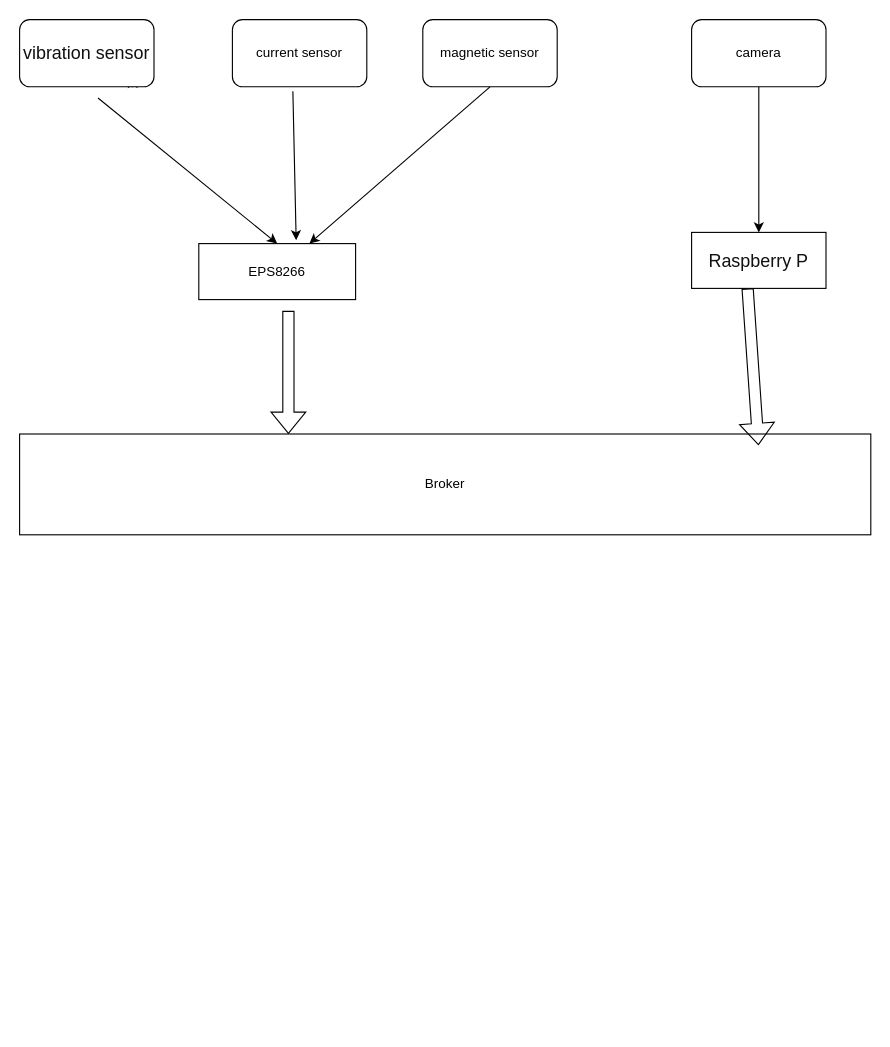
Earlier version of the draw.io diagram test2.drawio (XingxingLiao/TEST). Source tidied: cells renumbered, new cells numbered last; positions are measured from the earlier drawing's top-left corner, leaving out a move shared by most shapes. Both pictures are drawn from the tidied source at 112%, with x=0, y=0 at pixel (19, 19).
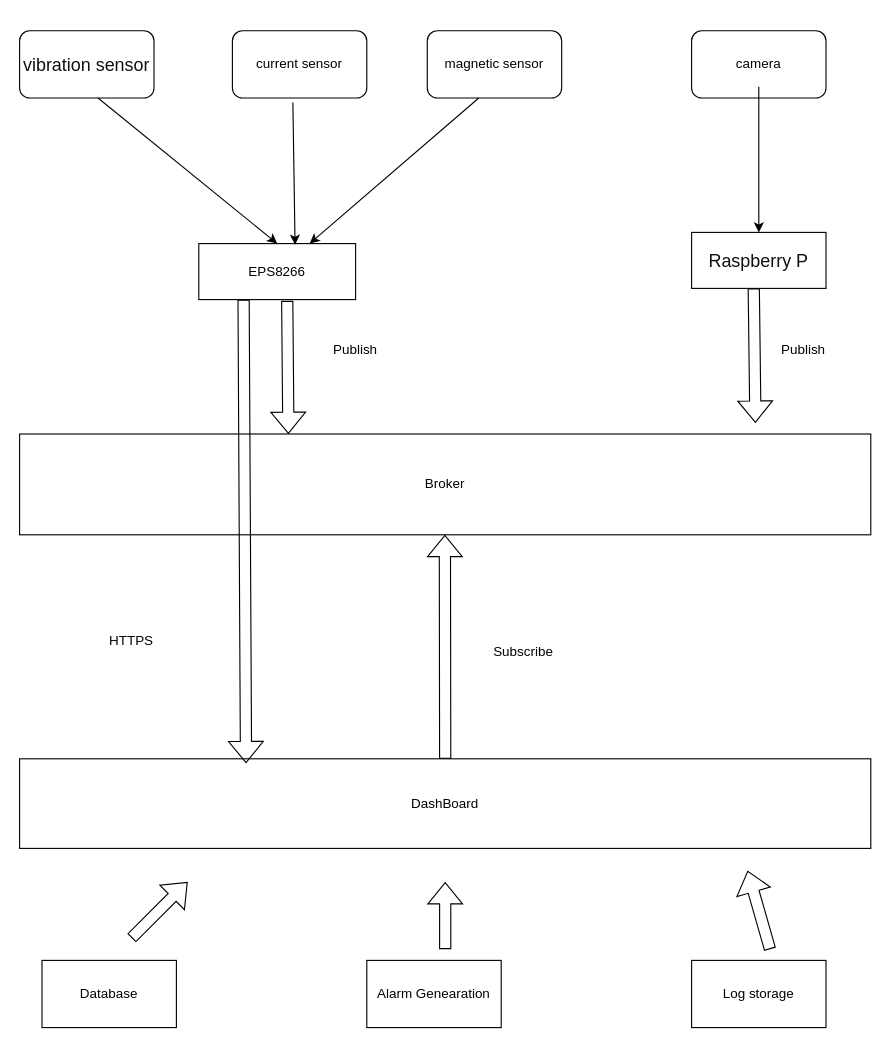
The same diagram, later.

The change refers to these unchanged cells:
```xml
<mxCell id="2" value="EPS8266" style="rounded=0;whiteSpace=wrap;html=1;" parent="1" vertex="1">
  <mxGeometry x="160" y="200" width="140" height="50" as="geometry" />
</mxCell>
<mxCell id="13" value="Broker" style="rounded=0;whiteSpace=wrap;html=1;" parent="1" vertex="1">
  <mxGeometry y="370" width="760" height="90" as="geometry" />
</mxCell>
```

Change to the diagram source:
```diff
@@
     <mxCell id="5" value="&lt;font face=&quot;Arial&quot; color=&quot;#0f1111&quot;&gt;&lt;span style=&quot;font-size: 16px; background-color: rgb(255, 255, 255);&quot;&gt;vibration sensor&lt;/span&gt;&lt;/font&gt;" style="rounded=1;whiteSpace=wrap;html=1;" parent="1" vertex="1">
-      <mxGeometry width="120" height="60" as="geometry" />
+      <mxGeometry y="10" width="120" height="60" as="geometry" />
     </mxCell>
     <mxCell id="6" value="current sensor" style="rounded=1;whiteSpace=wrap;html=1;" parent="1" vertex="1">
-      <mxGeometry x="190" width="120" height="60" as="geometry" />
+      <mxGeometry x="190" y="10" width="120" height="60" as="geometry" />
     </mxCell>
     <mxCell id="7" value="camera" style="rounded=1;whiteSpace=wrap;html=1;" parent="1" vertex="1">
-      <mxGeometry x="600" width="120" height="60" as="geometry" />
+      <mxGeometry x="600" y="10" width="120" height="60" as="geometry" />
     </mxCell>
@@
-    <mxCell id="9" style="endArrow=classic;html=1;rounded=0;exitX=0.45;exitY=1.067;exitDx=0;exitDy=0;exitPerimeter=0;entryX=0.621;entryY=-0.06;entryDx=0;entryDy=0;entryPerimeter=0;" parent="1" edge="1" source="6" target="2">
+    <mxCell id="9" style="endArrow=classic;html=1;rounded=0;exitX=0.45;exitY=1.067;exitDx=0;exitDy=0;exitPerimeter=0;entryX=0.614;entryY=0.02;entryDx=0;entryDy=0;entryPerimeter=0;" parent="1" edge="1" source="6" target="2">
       <mxGeometry relative="1" as="geometry" />
     </mxCell>
@@
     <mxCell id="11" value="magnetic sensor" style="rounded=1;whiteSpace=wrap;html=1;" parent="1" vertex="1">
-      <mxGeometry x="360" width="120" height="60" as="geometry" />
+      <mxGeometry x="364" y="10" width="120" height="60" as="geometry" />
     </mxCell>
     <mxCell id="12" style="endArrow=classic;html=1;rounded=0;" parent="1" edge="1" target="2">
       <mxGeometry relative="1" as="geometry">
-        <mxPoint x="420" y="60" as="sourcePoint" />
+        <mxPoint x="410" y="70" as="sourcePoint" />
       </mxGeometry>
     </mxCell>
@@
-    <mxCell id="14" style="shape=flexArrow;endArrow=classic;html=1;rounded=0;" parent="1" edge="1">
+    <mxCell id="14" style="shape=flexArrow;endArrow=classic;html=1;rounded=0;exitX=0.564;exitY=1.02;exitDx=0;exitDy=0;exitPerimeter=0;" parent="1" edge="1" source="2">
       <mxGeometry relative="1" as="geometry">
-        <mxPoint x="240" y="260" as="sourcePoint" />
         <mxPoint x="240" y="370" as="targetPoint" />
       </mxGeometry>
     </mxCell>
-    <mxCell id="15" style="shape=flexArrow;endArrow=classic;html=1;rounded=0;entryX=0.868;entryY=0.111;entryDx=0;entryDy=0;entryPerimeter=0;" parent="1" edge="1" target="13">
-      <mxGeometry relative="1" as="geometry">
-        <mxPoint x="650" y="240" as="sourcePoint" />
-      </mxGeometry>
-    </mxCell>
+    <mxCell id="16" value="DashBoard" style="rounded=0;whiteSpace=wrap;html=1;" parent="1" vertex="1">
+      <mxGeometry y="660" width="760" height="80" as="geometry" />
+    </mxCell>
+    <mxCell id="17" style="shape=flexArrow;endArrow=classic;html=1;rounded=0;" parent="1" edge="1">
+      <mxGeometry relative="1" as="geometry">
+        <mxPoint x="655.5" y="240" as="sourcePoint" />
+        <mxPoint x="657" y="360" as="targetPoint" />
+      </mxGeometry>
+    </mxCell>
+    <mxCell id="18" style="shape=flexArrow;endArrow=classic;html=1;rounded=0;exitX=0.5;exitY=0;exitDx=0;exitDy=0;" parent="1" edge="1" source="16">
+      <mxGeometry relative="1" as="geometry">
+        <mxPoint x="379.7" y="460" as="targetPoint" />
+      </mxGeometry>
+    </mxCell>
+    <mxCell id="19" value="Subscribe" style="text;html=1;align=center;verticalAlign=middle;whiteSpace=wrap;rounded=0;" parent="1" vertex="1">
+      <mxGeometry x="420" y="550" width="60" height="30" as="geometry" />
+    </mxCell>
+    <mxCell id="20" value="Publish" style="text;html=1;align=center;verticalAlign=middle;whiteSpace=wrap;rounded=0;" parent="1" vertex="1">
+      <mxGeometry x="270" y="280" width="60" height="30" as="geometry" />
+    </mxCell>
+    <mxCell id="21" value="Publish" style="text;html=1;align=center;verticalAlign=middle;whiteSpace=wrap;rounded=0;" parent="1" vertex="1">
+      <mxGeometry x="670" y="280" width="60" height="30" as="geometry" />
+    </mxCell>
+    <mxCell id="22" style="shape=flexArrow;endArrow=classic;html=1;rounded=0;entryX=0.266;entryY=0.05;entryDx=0;entryDy=0;entryPerimeter=0;" parent="1" edge="1" target="16">
+      <mxGeometry relative="1" as="geometry">
+        <mxPoint x="200" y="250" as="sourcePoint" />
+      </mxGeometry>
+    </mxCell>
+    <mxCell id="23" value="HTTPS" style="text;html=1;align=center;verticalAlign=middle;whiteSpace=wrap;rounded=0;" parent="1" vertex="1">
+      <mxGeometry x="70" y="540" width="60" height="30" as="geometry" />
+    </mxCell>
+    <mxCell id="24" value="Database" style="rounded=0;whiteSpace=wrap;html=1;" parent="1" vertex="1">
+      <mxGeometry x="20" y="840" width="120" height="60" as="geometry" />
+    </mxCell>
+    <mxCell id="25" value="Alarm Genearation" style="rounded=0;whiteSpace=wrap;html=1;" parent="1" vertex="1">
+      <mxGeometry x="310" y="840" width="120" height="60" as="geometry" />
+    </mxCell>
+    <mxCell id="26" value="Log storage" style="rounded=0;whiteSpace=wrap;html=1;" parent="1" vertex="1">
+      <mxGeometry x="600" y="840" width="120" height="60" as="geometry" />
+    </mxCell>
+    <mxCell id="27" style="shape=flexArrow;endArrow=classic;html=1;rounded=0;" parent="1" edge="1">
+      <mxGeometry relative="1" as="geometry">
+        <mxPoint x="100" y="820" as="sourcePoint" />
+        <mxPoint x="150" y="770" as="targetPoint" />
+      </mxGeometry>
+    </mxCell>
+    <mxCell id="28" style="shape=flexArrow;endArrow=classic;html=1;rounded=0;" parent="1" edge="1">
+      <mxGeometry relative="1" as="geometry">
+        <mxPoint x="380" y="830" as="sourcePoint" />
+        <mxPoint x="380" y="770" as="targetPoint" />
+      </mxGeometry>
+    </mxCell>
+    <mxCell id="29" style="shape=flexArrow;endArrow=classic;html=1;rounded=0;" parent="1" edge="1">
+      <mxGeometry relative="1" as="geometry">
+        <mxPoint x="670" y="830" as="sourcePoint" />
+        <mxPoint x="650" y="760" as="targetPoint" />
+      </mxGeometry>
+    </mxCell>
```
